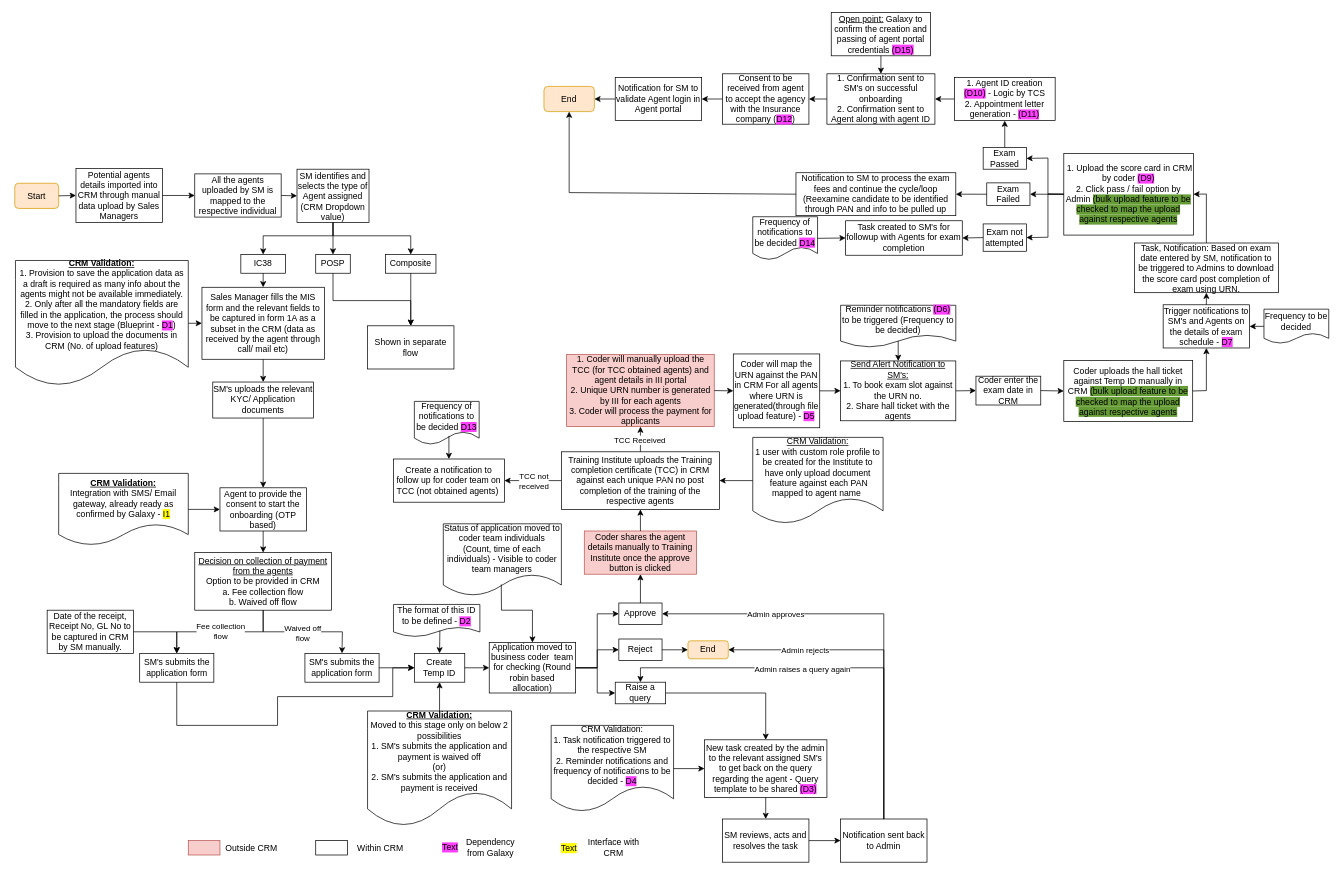
Earlier version of the draw.io diagram Agent Onboarding IC38 MVP 1.drawio (shaileshsreedar/Galaxy). Source tidied: cells renumbered, new cells numbered last; positions are measured from the earlier drawing's top-left corner, leaving out a move shared by most shapes. Both pictures are drawn from the tidied source at 72%, with x=0, y=0 at pixel (14, 12).
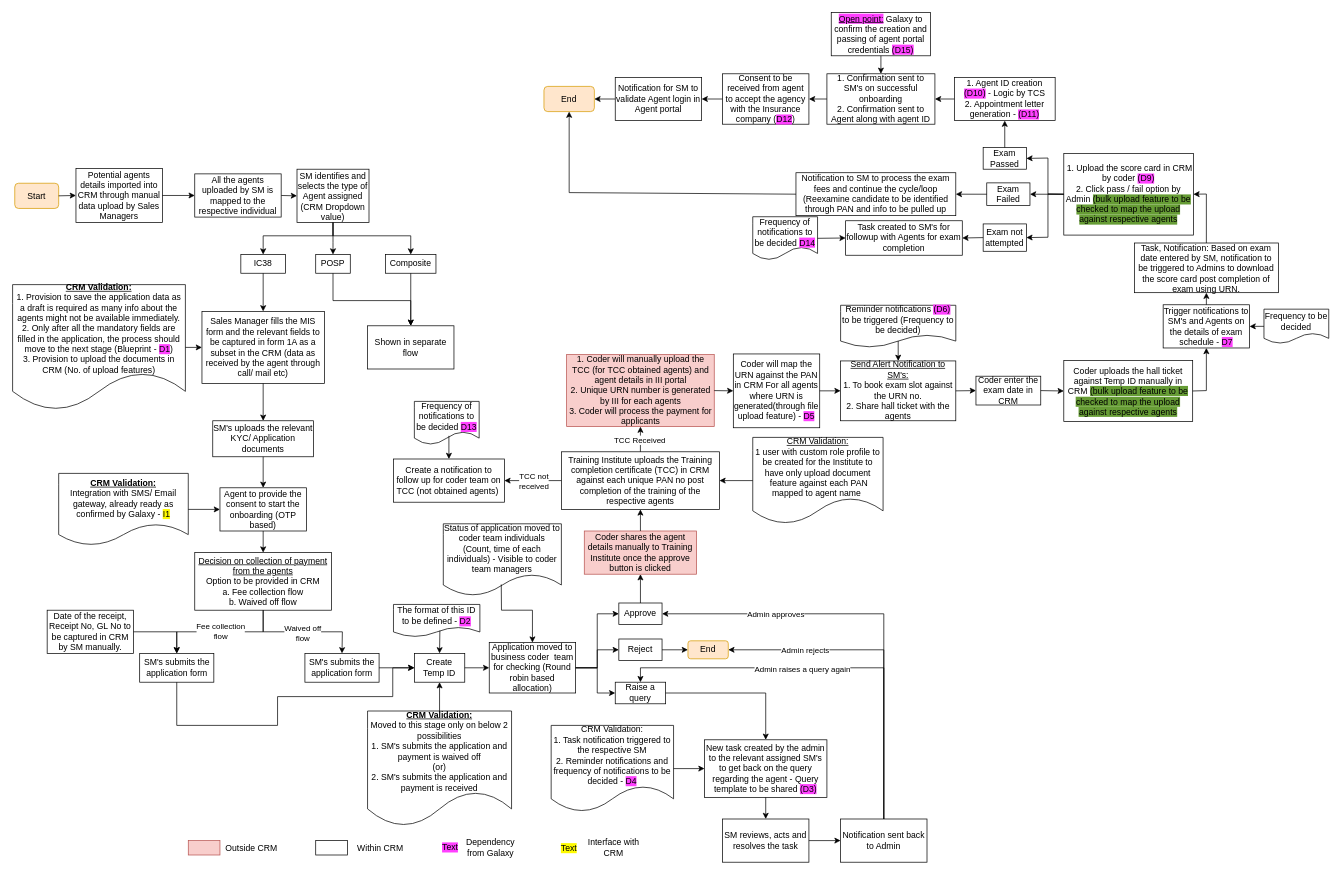
The same page after the edit.

The edit, as a diff of the source:
```diff
@@
     <mxCell id="3" value="Sales Manager fills the MIS form and the relevant fields to be captured in form 1A as a subset in the CRM (data as received by the agent through call/ mail etc)" style="rounded=0;whiteSpace=wrap;html=1;" parent="1" vertex="1">
-      <mxGeometry x="260" y="381.5" width="170" height="100" as="geometry" />
+      <mxGeometry x="260" y="415" width="170" height="100" as="geometry" />
     </mxCell>
@@
     <mxCell id="18" value="&lt;b&gt;&lt;u&gt;CRM Validation:&lt;/u&gt;&lt;/b&gt;&lt;div&gt;1. Provision to save the application data as a draft is required as many info about the agents might not be available immediately.&lt;/div&gt;&lt;div&gt;2. Only after all the mandatory fields are filled in the application, the process should move to the next stage (Blueprint - &lt;span style=&quot;background-color: rgb(255, 64, 255);&quot;&gt;D1&lt;/span&gt;)&lt;/div&gt;&lt;div&gt;3. Provision to upload the documents in CRM (No. of upload features)&lt;/div&gt;" style="shape=document;whiteSpace=wrap;html=1;boundedLbl=1;" parent="1" vertex="1">
-      <mxGeometry x="1" y="344.3" width="240" height="174.4" as="geometry" />
+      <mxGeometry x="-3" y="377.8" width="240" height="174.4" as="geometry" />
     </mxCell>
@@
     <mxCell id="20" value="SM's uploads the relevant KYC/ Application documents" style="rounded=0;whiteSpace=wrap;html=1;" parent="1" vertex="1">
-      <mxGeometry x="275" y="513.1" width="140" height="50" as="geometry" />
+      <mxGeometry x="275" y="566.9" width="140" height="50" as="geometry" />
     </mxCell>
@@
-    <mxCell id="132" value="&lt;u&gt;Open point:&lt;/u&gt; Galaxy to confirm the creation and passing of agent portal credentials &lt;span style=&quot;background-color: rgb(255, 64, 255);&quot;&gt;(D15)&lt;/span&gt;" style="rounded=0;whiteSpace=wrap;html=1;" parent="1" vertex="1">
+    <mxCell id="132" value="&lt;u style=&quot;background-color: rgb(255, 64, 255);&quot;&gt;Open point:&lt;/u&gt; Galaxy to confirm the creation and passing of agent portal credentials &lt;span style=&quot;background-color: rgb(255, 64, 255);&quot;&gt;(D15)&lt;/span&gt;" style="rounded=0;whiteSpace=wrap;html=1;" parent="1" vertex="1">
       <mxGeometry x="1134" width="138" height="60" as="geometry" />
     </mxCell>
```
